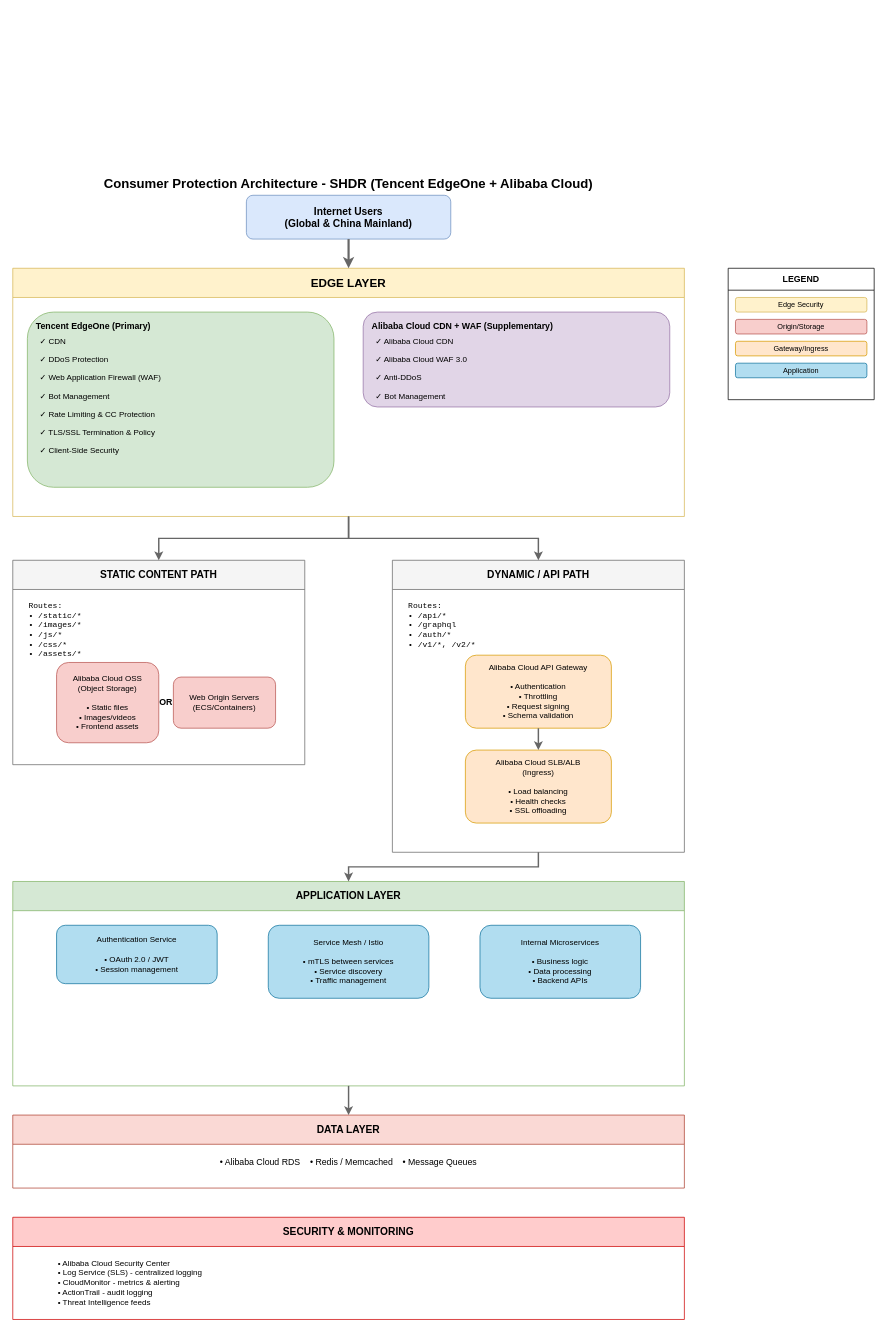
disncp100/cve_test keeps this draw.io diagram as Untitled Diagram1.drawio. Above is the earlier version. Source tidied: cells renumbered, new cells numbered last; positions are measured from the earlier drawing's top-left corner, leaving out a move shared by most shapes. Both pictures are drawn from the tidied source at 73%, with x=0, y=0 at pixel (12, 173).
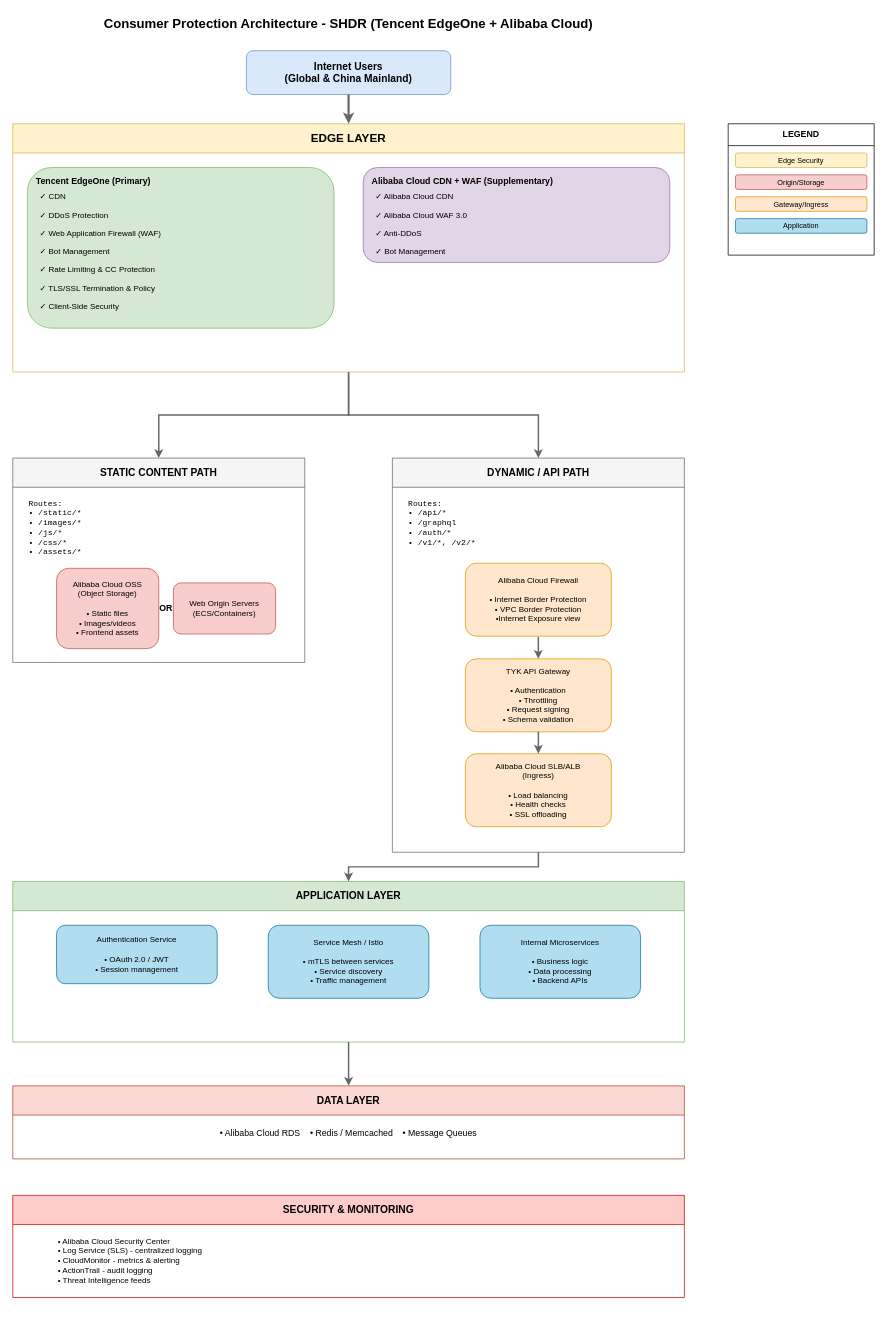
The same page after the edit.

Diff of the diagram source:
```diff
@@
     <mxCell id="2" value="Internet Users&#10;(Global &amp; China Mainland)" style="rounded=1;whiteSpace=wrap;html=1;fillColor=#dae8fc;strokeColor=#6c8ebf;fontSize=14;fontStyle=1;" parent="1" vertex="1">
-      <mxGeometry x="320" y="30" width="280" height="60" as="geometry" />
+      <mxGeometry x="320" y="-168" width="280" height="60" as="geometry" />
     </mxCell>
     <mxCell id="3" value="EDGE LAYER" style="swimlane;whiteSpace=wrap;html=1;fillColor=#fff2cc;strokeColor=#d6b656;fontSize=16;fontStyle=1;startSize=40;" parent="1" vertex="1">
-      <mxGeometry y="130" width="920" height="340" as="geometry" />
+      <mxGeometry y="-68" width="920" height="340" as="geometry" />
     </mxCell>
     <mxCell id="4" value="Tencent EdgeOne (Primary)" style="rounded=1;whiteSpace=wrap;html=1;fillColor=#d5e8d4;strokeColor=#82b366;fontSize=12;fontStyle=1;align=left;verticalAlign=top;spacingLeft=10;spacingTop=5;" parent="3" vertex="1">
-      <mxGeometry x="20" y="60" width="420" height="240" as="geometry" />
+      <mxGeometry x="20" y="60" width="420" height="220" as="geometry" />
     </mxCell>
@@
     <mxCell id="18" value="STATIC CONTENT PATH" style="swimlane;whiteSpace=wrap;html=1;fillColor=#f5f5f5;strokeColor=#666666;fontSize=14;fontStyle=1;startSize=40;" parent="1" vertex="1">
-      <mxGeometry y="530" width="400" height="280" as="geometry" />
+      <mxGeometry y="390" width="400" height="280" as="geometry" />
     </mxCell>
@@
     <mxCell id="20" value="Alibaba Cloud OSS&#10;(Object Storage)&#10;&#10;• Static files&#10;• Images/videos&#10;• Frontend assets" style="rounded=1;whiteSpace=wrap;html=1;fillColor=#f8cecc;strokeColor=#b85450;fontSize=11;align=center;" parent="18" vertex="1">
-      <mxGeometry x="60" y="140" width="140" height="110" as="geometry" />
+      <mxGeometry x="60" y="151" width="140" height="110" as="geometry" />
     </mxCell>
     <mxCell id="21" value="Web Origin Servers&#10;(ECS/Containers)" style="rounded=1;whiteSpace=wrap;html=1;fillColor=#f8cecc;strokeColor=#b85450;fontSize=11;align=center;" parent="18" vertex="1">
-      <mxGeometry x="220" y="160" width="140" height="70" as="geometry" />
+      <mxGeometry x="220" y="171" width="140" height="70" as="geometry" />
     </mxCell>
     <mxCell id="22" value="OR" style="text;html=1;strokeColor=none;fillColor=none;align=center;verticalAlign=middle;whiteSpace=wrap;fontSize=12;fontStyle=1;" parent="18" vertex="1">
-      <mxGeometry x="180" y="180" width="60" height="30" as="geometry" />
+      <mxGeometry x="180" y="191" width="60" height="30" as="geometry" />
     </mxCell>
     <mxCell id="23" value="DYNAMIC / API PATH" style="swimlane;whiteSpace=wrap;html=1;fillColor=#f5f5f5;strokeColor=#666666;fontSize=14;fontStyle=1;startSize=40;" parent="1" vertex="1">
-      <mxGeometry x="520" y="530" width="400" height="400" as="geometry" />
+      <mxGeometry x="520" y="390" width="400" height="540" as="geometry" />
     </mxCell>
@@
-    <mxCell id="25" value="Alibaba Cloud API Gateway&#10;&#10;• Authentication&#10;• Throttling&#10;• Request signing&#10;• Schema validation" style="rounded=1;whiteSpace=wrap;html=1;fillColor=#ffe6cc;strokeColor=#d79b00;fontSize=11;align=center;" parent="23" vertex="1">
-      <mxGeometry x="100" y="130" width="200" height="100" as="geometry" />
+    <mxCell id="25" value="TYK API Gateway&lt;br&gt;&lt;br&gt;• Authentication&lt;br&gt;• Throttling&lt;br&gt;• Request signing&lt;br&gt;• Schema validation" style="rounded=1;whiteSpace=wrap;html=1;fillColor=#ffe6cc;strokeColor=#d79b00;fontSize=11;align=center;" parent="23" vertex="1">
+      <mxGeometry x="100" y="275" width="200" height="100" as="geometry" />
     </mxCell>
     <mxCell id="26" value="Alibaba Cloud SLB/ALB&#10;(Ingress)&#10;&#10;• Load balancing&#10;• Health checks&#10;• SSL offloading" style="rounded=1;whiteSpace=wrap;html=1;fillColor=#ffe6cc;strokeColor=#d79b00;fontSize=11;align=center;" parent="23" vertex="1">
-      <mxGeometry x="100" y="260" width="200" height="100" as="geometry" />
+      <mxGeometry x="100" y="405" width="200" height="100" as="geometry" />
     </mxCell>
@@
+    <mxCell id="46" value="Alibaba Cloud Firewall&lt;br&gt;&lt;br&gt;• Internet Border Protection&lt;br&gt;• VPC Border Protection&lt;br&gt;•Internet Exposure view" style="rounded=1;whiteSpace=wrap;html=1;fillColor=#ffe6cc;strokeColor=#d79b00;fontSize=11;align=center;" parent="23" vertex="1">
+      <mxGeometry x="100" y="144" width="200" height="100" as="geometry" />
+    </mxCell>
+    <mxCell id="47" style="edgeStyle=orthogonalEdgeStyle;rounded=0;orthogonalLoop=1;jettySize=auto;html=1;strokeWidth=2;strokeColor=#666666;" parent="23" edge="1">
+      <mxGeometry relative="1" as="geometry">
+        <mxPoint x="199.9" y="245" as="sourcePoint" />
+        <mxPoint x="199.9" y="275" as="targetPoint" />
+      </mxGeometry>
+    </mxCell>
@@
     <mxCell id="30" value="APPLICATION LAYER" style="swimlane;whiteSpace=wrap;html=1;fillColor=#d5e8d4;strokeColor=#82b366;fontSize=14;fontStyle=1;startSize=40;" parent="1" vertex="1">
-      <mxGeometry y="970" width="920" height="280" as="geometry" />
+      <mxGeometry y="970" width="920" height="220" as="geometry" />
     </mxCell>
@@
     <mxCell id="35" value="DATA LAYER" style="swimlane;whiteSpace=wrap;html=1;fillColor=#fad9d5;strokeColor=#ae4132;fontSize=14;fontStyle=1;startSize=40;" parent="1" vertex="1">
-      <mxGeometry y="1290" width="920" height="100" as="geometry" />
+      <mxGeometry y="1250" width="920" height="100" as="geometry" />
     </mxCell>
@@
     <mxCell id="38" value="SECURITY &amp; MONITORING" style="swimlane;whiteSpace=wrap;html=1;fillColor=#ffcccc;strokeColor=#cc0000;fontSize=14;fontStyle=1;startSize=40;" parent="1" vertex="1">
-      <mxGeometry y="1430" width="920" height="140" as="geometry" />
+      <mxGeometry y="1400" width="920" height="140" as="geometry" />
     </mxCell>
@@
     <mxCell id="40" value="LEGEND" style="swimlane;whiteSpace=wrap;html=1;fillColor=#ffffff;strokeColor=#000000;fontSize=12;fontStyle=1;startSize=30;" parent="1" vertex="1">
-      <mxGeometry x="980" y="130" width="200" height="180" as="geometry" />
+      <mxGeometry x="980" y="-68" width="200" height="180" as="geometry" />
     </mxCell>
@@
     <mxCell id="45" value="Consumer Protection Architecture - SHDR (Tencent EdgeOne + Alibaba Cloud)" style="text;html=1;strokeColor=none;fillColor=none;align=center;verticalAlign=middle;whiteSpace=wrap;fontSize=18;fontStyle=1;" parent="1" vertex="1">
-      <mxGeometry x="120" width="680" height="30" as="geometry" />
+      <mxGeometry x="120" y="-220" width="680" height="30" as="geometry" />
     </mxCell>
```
